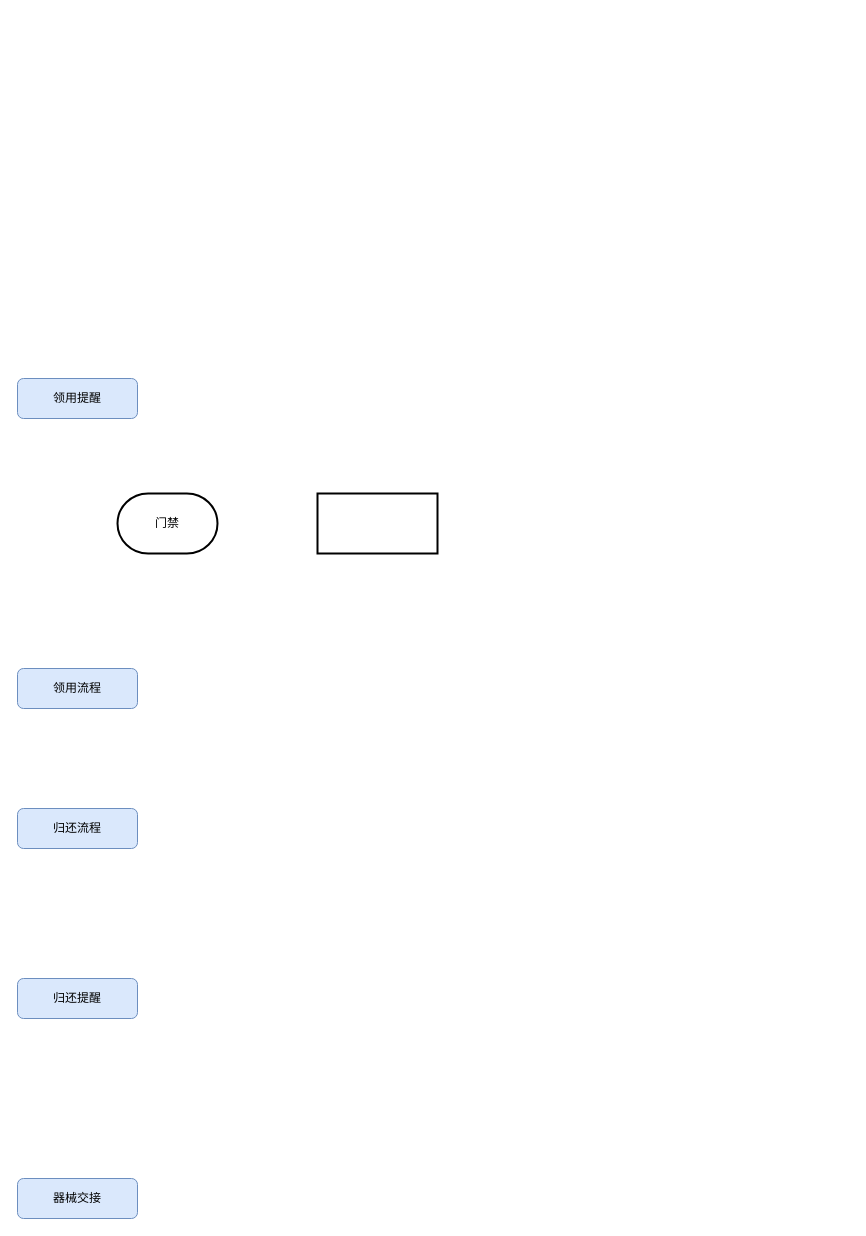
Before: xbhangkong.drawio in HXLMOM/cctest, a draw.io diagram. Source tidied: cells renumbered, new cells numbered last; positions are measured from the earlier drawing's top-left corner, leaving out a move shared by most shapes. Both pictures are drawn from the tidied source at 100%, with x=0, y=0 at pixel (17, 378).
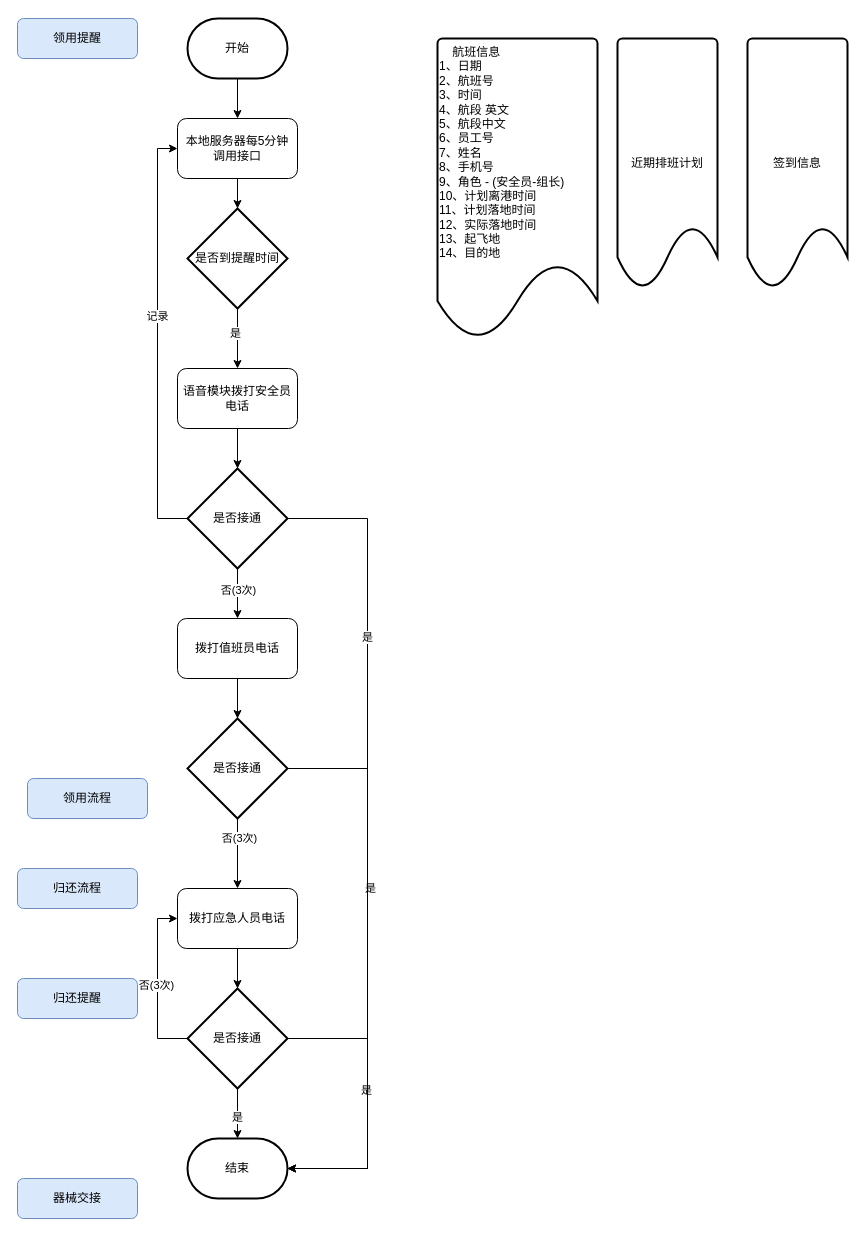
The same diagram, later.

Diff of the diagram source:
```diff
@@
+    <mxCell id="9" style="edgeStyle=orthogonalEdgeStyle;rounded=0;jettySize=auto;html=1;" parent="1" edge="1" source="2" target="11">
+      <mxGeometry relative="1" as="geometry" />
+    </mxCell>
-    <mxCell id="2" value="门禁" style="strokeWidth=2;html=1;shape=mxgraph.flowchart.terminator;whiteSpace=wrap;" parent="1" vertex="1">
-      <mxGeometry x="100" y="115" width="100" height="60" as="geometry" />
+    <mxCell id="2" value="开始" style="strokeWidth=2;html=1;shape=mxgraph.flowchart.terminator;whiteSpace=wrap;" parent="1" vertex="1">
+      <mxGeometry x="170" y="-360" width="100" height="60" as="geometry" />
     </mxCell>
-    <mxCell id="3" style="rounded=0;whiteSpace=wrap;html=1;strokeWidth=2;" parent="1" vertex="1">
-      <mxGeometry x="300" y="115" width="120" height="60" as="geometry" />
-    </mxCell>
     <mxCell id="4" value="领用提醒" style="rounded=1;whiteSpace=wrap;html=1;fontSize=12;glass=0;strokeWidth=1;shadow=0;fillColor=#dae8fc;strokeColor=#6c8ebf;" parent="1" vertex="1">
-      <mxGeometry width="120" height="40" as="geometry" />
+      <mxGeometry y="-360" width="120" height="40" as="geometry" />
     </mxCell>
     <mxCell id="5" value="领用流程" style="rounded=1;whiteSpace=wrap;html=1;fontSize=12;glass=0;strokeWidth=1;shadow=0;fillColor=#dae8fc;strokeColor=#6c8ebf;" parent="1" vertex="1">
-      <mxGeometry y="290" width="120" height="40" as="geometry" />
+      <mxGeometry x="10" y="400" width="120" height="40" as="geometry" />
     </mxCell>
     <mxCell id="6" value="归还流程" style="rounded=1;whiteSpace=wrap;html=1;fontSize=12;glass=0;strokeWidth=1;shadow=0;fillColor=#dae8fc;strokeColor=#6c8ebf;" parent="1" vertex="1">
-      <mxGeometry y="430" width="120" height="40" as="geometry" />
+      <mxGeometry y="490" width="120" height="40" as="geometry" />
     </mxCell>
@@
+    <mxCell id="10" style="edgeStyle=orthogonalEdgeStyle;rounded=0;jettySize=auto;html=1;" parent="1" edge="1" source="11" target="17">
+      <mxGeometry relative="1" as="geometry" />
+    </mxCell>
+    <mxCell id="11" value="本地服务器每5分钟&lt;br&gt;调用接口" style="rounded=1;whiteSpace=wrap;html=1;" parent="1" vertex="1">
+      <mxGeometry x="160" y="-260" width="120" height="60" as="geometry" />
+    </mxCell>
+    <mxCell id="12" value="    航班信息&#10;1、日期&#10;2、航班号&#10;3、时间&#10;4、航段 英文&#10;5、航段中文&#10;6、员工号&#10;7、姓名&#10;8、手机号&#10;9、角色 - (安全员-组长)&#10;10、计划离港时间&#10;11、计划落地时间&#10;12、实际落地时间&#10;13、起飞地&#10;14、目的地&#10;&#10;&#10;" style="strokeWidth=2;shape=mxgraph.flowchart.document2;size=0.25;align=left;whiteSpace=wrap;labelBackgroundColor=none;labelBorderColor=none;verticalAlign=top;" parent="1" vertex="1">
+      <mxGeometry x="420" y="-340" width="160" height="300" as="geometry" />
+    </mxCell>
+    <mxCell id="13" style="edgeStyle=orthogonalEdgeStyle;rounded=0;jettySize=auto;html=1;" parent="1" edge="1" source="14" target="22">
+      <mxGeometry relative="1" as="geometry" />
+    </mxCell>
+    <mxCell id="14" value="语音模块拨打安全员电话" style="rounded=1;whiteSpace=wrap;html=1;" parent="1" vertex="1">
+      <mxGeometry x="160" y="-10" width="120" height="60" as="geometry" />
+    </mxCell>
+    <mxCell id="15" style="edgeStyle=orthogonalEdgeStyle;rounded=0;jettySize=auto;html=1;entryX=0.5;entryY=0;entryDx=0;entryDy=0;" parent="1" edge="1" source="17" target="14">
+      <mxGeometry relative="1" as="geometry" />
+    </mxCell>
+    <mxCell id="16" value="是" style="edgeLabel;html=1;align=center;verticalAlign=middle;" parent="15" vertex="1">
+      <mxGeometry x="-0.2" y="-3" relative="1" as="geometry" />
+    </mxCell>
+    <mxCell id="17" value="是否到提醒时间" style="strokeWidth=2;html=1;shape=mxgraph.flowchart.decision;whiteSpace=wrap;" parent="1" vertex="1">
+      <mxGeometry x="170" y="-170" width="100" height="100" as="geometry" />
+    </mxCell>
+    <mxCell id="18" style="edgeStyle=orthogonalEdgeStyle;rounded=0;jettySize=auto;html=1;entryX=0;entryY=0.5;entryDx=0;entryDy=0;" parent="1" edge="1" source="22" target="11">
+      <mxGeometry relative="1" as="geometry">
+        <Array as="points">
+          <mxPoint x="140" y="140" />
+          <mxPoint x="140" y="-230" />
+        </Array>
+      </mxGeometry>
+    </mxCell>
+    <mxCell id="19" value="记录" style="edgeLabel;html=1;align=center;verticalAlign=middle;" parent="18" vertex="1">
+      <mxGeometry x="0.11" y="1" relative="1" as="geometry" />
+    </mxCell>
+    <mxCell id="20" style="edgeStyle=orthogonalEdgeStyle;rounded=0;jettySize=auto;html=1;" parent="1" edge="1" source="22" target="24">
+      <mxGeometry relative="1" as="geometry" />
+    </mxCell>
+    <mxCell id="21" value="否(3次)" style="edgeLabel;html=1;align=center;verticalAlign=middle;" parent="20" vertex="1">
+      <mxGeometry x="-0.16" relative="1" as="geometry" />
+    </mxCell>
+    <mxCell id="22" value="是否接通" style="strokeWidth=2;html=1;shape=mxgraph.flowchart.decision;whiteSpace=wrap;" parent="1" vertex="1">
+      <mxGeometry x="170" y="90" width="100" height="100" as="geometry" />
+    </mxCell>
+    <mxCell id="23" style="edgeStyle=orthogonalEdgeStyle;rounded=0;jettySize=auto;html=1;" parent="1" edge="1" source="24" target="29">
+      <mxGeometry relative="1" as="geometry" />
+    </mxCell>
+    <mxCell id="24" value="拨打值班员电话" style="rounded=1;whiteSpace=wrap;html=1;" parent="1" vertex="1">
+      <mxGeometry x="160" y="240" width="120" height="60" as="geometry" />
+    </mxCell>
+    <mxCell id="25" style="edgeStyle=orthogonalEdgeStyle;rounded=0;jettySize=auto;html=1;" parent="1" edge="1" source="29" target="31">
+      <mxGeometry relative="1" as="geometry" />
+    </mxCell>
+    <mxCell id="26" value="否(3次)" style="edgeLabel;html=1;align=center;verticalAlign=middle;" parent="25" vertex="1">
+      <mxGeometry x="-0.45" y="1" relative="1" as="geometry" />
+    </mxCell>
+    <mxCell id="27" style="edgeStyle=orthogonalEdgeStyle;rounded=0;jettySize=auto;html=1;entryX=1;entryY=0.5;entryDx=0;entryDy=0;entryPerimeter=0;" parent="1" edge="1" source="29" target="37">
+      <mxGeometry relative="1" as="geometry">
+        <Array as="points">
+          <mxPoint x="350" y="390" />
+          <mxPoint x="350" y="790" />
+        </Array>
+      </mxGeometry>
+    </mxCell>
+    <mxCell id="28" value="是" style="edgeLabel;html=1;align=center;verticalAlign=middle;" parent="27" vertex="1">
+      <mxGeometry x="-0.29" y="2" relative="1" as="geometry" />
+    </mxCell>
+    <mxCell id="29" value="是否接通" style="strokeWidth=2;html=1;shape=mxgraph.flowchart.decision;whiteSpace=wrap;" parent="1" vertex="1">
+      <mxGeometry x="170" y="340" width="100" height="100" as="geometry" />
+    </mxCell>
+    <mxCell id="30" style="edgeStyle=orthogonalEdgeStyle;rounded=0;jettySize=auto;html=1;" parent="1" edge="1" source="31" target="36">
+      <mxGeometry relative="1" as="geometry" />
+    </mxCell>
+    <mxCell id="31" value="拨打应急人员电话" style="rounded=1;whiteSpace=wrap;html=1;" parent="1" vertex="1">
+      <mxGeometry x="160" y="510" width="120" height="60" as="geometry" />
+    </mxCell>
+    <mxCell id="32" style="edgeStyle=orthogonalEdgeStyle;rounded=0;jettySize=auto;html=1;entryX=0;entryY=0.5;entryDx=0;entryDy=0;exitX=0;exitY=0.5;exitDx=0;exitDy=0;exitPerimeter=0;" parent="1" edge="1" source="36" target="31">
+      <mxGeometry relative="1" as="geometry" />
+    </mxCell>
+    <mxCell id="33" value="否(3次)" style="edgeLabel;html=1;align=center;verticalAlign=middle;" parent="32" vertex="1">
+      <mxGeometry x="-0.01" y="2" relative="1" as="geometry" />
+    </mxCell>
+    <mxCell id="34" style="edgeStyle=orthogonalEdgeStyle;rounded=0;jettySize=auto;html=1;" parent="1" edge="1" source="36" target="37">
+      <mxGeometry relative="1" as="geometry" />
+    </mxCell>
+    <mxCell id="35" value="是" style="edgeLabel;html=1;align=center;verticalAlign=middle;" parent="34" vertex="1">
+      <mxGeometry x="0.12" y="-1" relative="1" as="geometry" />
+    </mxCell>
+    <mxCell id="36" value="是否接通" style="strokeWidth=2;html=1;shape=mxgraph.flowchart.decision;whiteSpace=wrap;" parent="1" vertex="1">
+      <mxGeometry x="170" y="610" width="100" height="100" as="geometry" />
+    </mxCell>
+    <mxCell id="37" value="结束" style="strokeWidth=2;html=1;shape=mxgraph.flowchart.terminator;whiteSpace=wrap;" parent="1" vertex="1">
+      <mxGeometry x="170" y="760" width="100" height="60" as="geometry" />
+    </mxCell>
+    <mxCell id="38" style="edgeStyle=orthogonalEdgeStyle;rounded=0;jettySize=auto;html=1;entryX=1;entryY=0.5;entryDx=0;entryDy=0;entryPerimeter=0;" parent="1" edge="1" source="36" target="37">
+      <mxGeometry relative="1" as="geometry">
+        <Array as="points">
+          <mxPoint x="350" y="660" />
+          <mxPoint x="350" y="790" />
+        </Array>
+      </mxGeometry>
+    </mxCell>
+    <mxCell id="39" value="是" style="edgeLabel;html=1;align=center;verticalAlign=middle;" parent="38" vertex="1">
+      <mxGeometry x="-0.1" y="-2" relative="1" as="geometry" />
+    </mxCell>
+    <mxCell id="40" style="edgeStyle=orthogonalEdgeStyle;rounded=0;jettySize=auto;html=1;entryX=1;entryY=0.5;entryDx=0;entryDy=0;entryPerimeter=0;" parent="1" edge="1" source="22" target="37">
+      <mxGeometry relative="1" as="geometry">
+        <Array as="points">
+          <mxPoint x="350" y="140" />
+          <mxPoint x="350" y="790" />
+        </Array>
+      </mxGeometry>
+    </mxCell>
+    <mxCell id="41" value="是" style="edgeLabel;html=1;align=center;verticalAlign=middle;" parent="40" vertex="1">
+      <mxGeometry x="-0.51" y="-1" relative="1" as="geometry" />
+    </mxCell>
+    <mxCell id="42" value="近期排班计划" style="strokeWidth=2;html=1;shape=mxgraph.flowchart.document2;whiteSpace=wrap;size=0.25;" parent="1" vertex="1">
+      <mxGeometry x="600" y="-340" width="100" height="250" as="geometry" />
+    </mxCell>
+    <mxCell id="43" value="签到信息" style="strokeWidth=2;html=1;shape=mxgraph.flowchart.document2;whiteSpace=wrap;size=0.25;" parent="1" vertex="1">
+      <mxGeometry x="730" y="-340" width="100" height="250" as="geometry" />
+    </mxCell>
```
